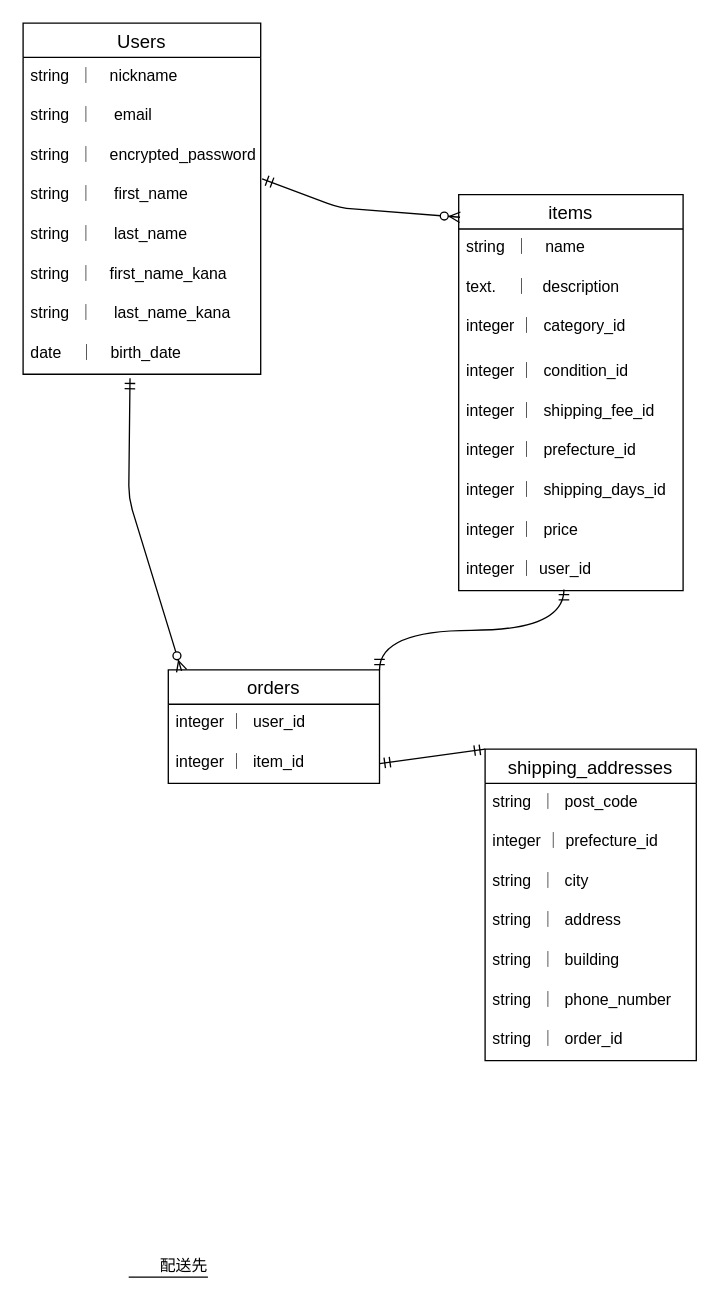
Before: ER図.dio in r-ichinose/furima-41799, a draw.io diagram. Source tidied: cells renumbered, new cells numbered last; positions are measured from the earlier drawing's top-left corner, leaving out a move shared by most shapes. Both pictures are drawn from the tidied source at 132%, with x=0, y=0 at pixel (22, 22).
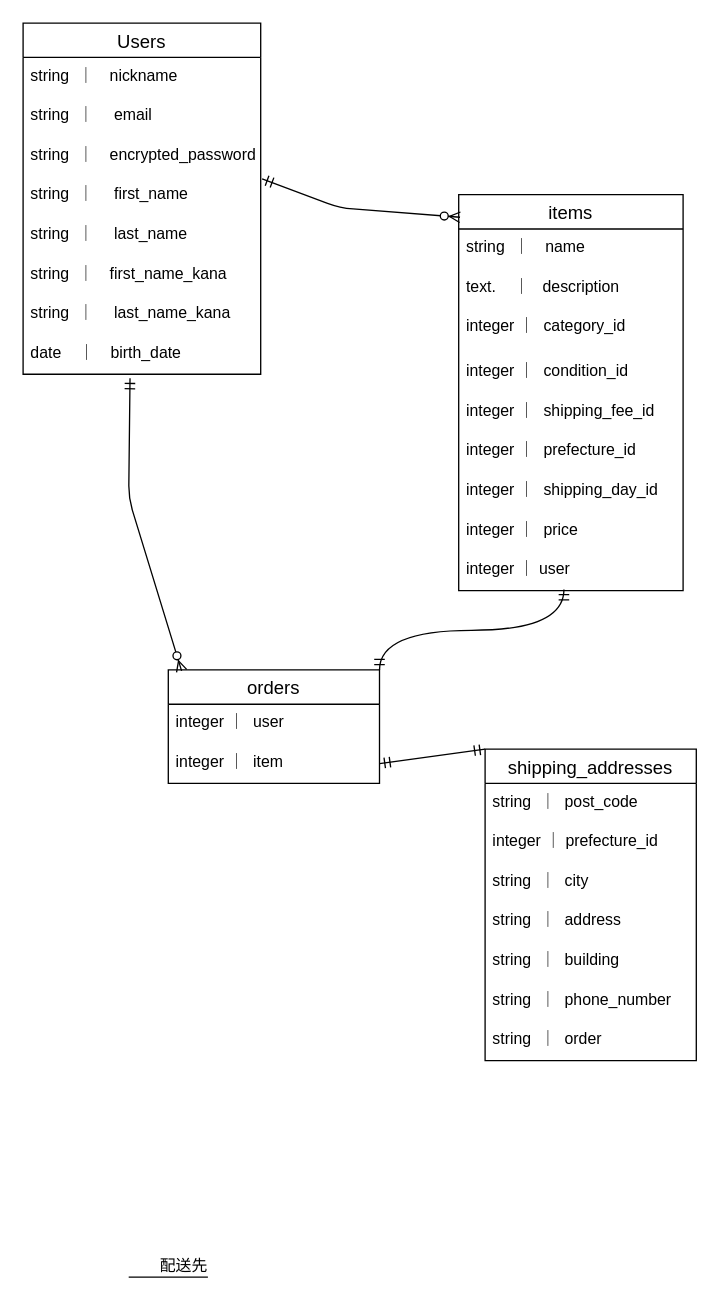
The same diagram, later.

The change refers to these unchanged cells:
```xml
<mxCell id="11" value="items" style="swimlane;fontStyle=0;horizontal=1;startSize=26;align=center;fontSize=14;" parent="1" vertex="1">
  <mxGeometry x="330" y="130" width="170" height="300" as="geometry" />
</mxCell>
<mxCell id="21" value="orders" style="swimlane;fontStyle=0;horizontal=1;startSize=26;align=center;fontSize=14;" parent="1" vertex="1">
  <mxGeometry x="110" y="490" width="160" height="86" as="geometry" />
</mxCell>
<mxCell id="24" value="shipping_addresses" style="swimlane;fontStyle=0;horizontal=1;startSize=26;align=center;fontSize=14;" parent="1" vertex="1">
  <mxGeometry x="350" y="550" width="160" height="236" as="geometry" />
</mxCell>
```

Change to the diagram source:
```diff
@@
-    <mxCell id="18" value="integer ｜  shipping_days_id" style="text;strokeColor=none;fillColor=none;spacingLeft=4;spacingRight=4;overflow=hidden;fontSize=12;" parent="11" vertex="1">
+    <mxCell id="18" value="integer ｜  shipping_day_id" style="text;strokeColor=none;fillColor=none;spacingLeft=4;spacingRight=4;overflow=hidden;fontSize=12;" parent="11" vertex="1">
       <mxGeometry y="210" width="170" height="30" as="geometry" />
     </mxCell>
@@
-    <mxCell id="20" value="integer ｜ user_id" style="text;strokeColor=none;fillColor=none;spacingLeft=4;spacingRight=4;overflow=hidden;points=[[0,0.5],[1,0.5]];portConstraint=eastwest;fontSize=12;" parent="11" vertex="1">
+    <mxCell id="20" value="integer ｜ user" style="text;strokeColor=none;fillColor=none;spacingLeft=4;spacingRight=4;overflow=hidden;points=[[0,0.5],[1,0.5]];portConstraint=eastwest;fontSize=12;" parent="11" vertex="1">
       <mxGeometry y="270" width="170" height="30" as="geometry" />
     </mxCell>
@@
-    <mxCell id="22" value="integer ｜  user_id" style="text;strokeColor=none;fillColor=none;spacingLeft=4;spacingRight=4;overflow=hidden;fontSize=12;" parent="21" vertex="1">
+    <mxCell id="22" value="integer ｜  user" style="text;strokeColor=none;fillColor=none;spacingLeft=4;spacingRight=4;overflow=hidden;fontSize=12;" parent="21" vertex="1">
       <mxGeometry y="26" width="160" height="30" as="geometry" />
     </mxCell>
-    <mxCell id="23" value="integer ｜  item_id" style="text;strokeColor=none;fillColor=none;spacingLeft=4;spacingRight=4;overflow=hidden;points=[[0,0.5],[1,0.5]];portConstraint=eastwest;fontSize=12;" parent="21" vertex="1">
+    <mxCell id="23" value="integer ｜  item" style="text;strokeColor=none;fillColor=none;spacingLeft=4;spacingRight=4;overflow=hidden;points=[[0,0.5],[1,0.5]];portConstraint=eastwest;fontSize=12;" parent="21" vertex="1">
       <mxGeometry y="56" width="160" height="30" as="geometry" />
     </mxCell>
@@
-    <mxCell id="31" value="string  ｜  order_id" style="text;strokeColor=none;fillColor=none;spacingLeft=4;spacingRight=4;overflow=hidden;fontSize=12;" parent="24" vertex="1">
+    <mxCell id="31" value="string  ｜  order" style="text;strokeColor=none;fillColor=none;spacingLeft=4;spacingRight=4;overflow=hidden;fontSize=12;" parent="24" vertex="1">
       <mxGeometry y="206" width="160" height="30" as="geometry" />
     </mxCell>
```
